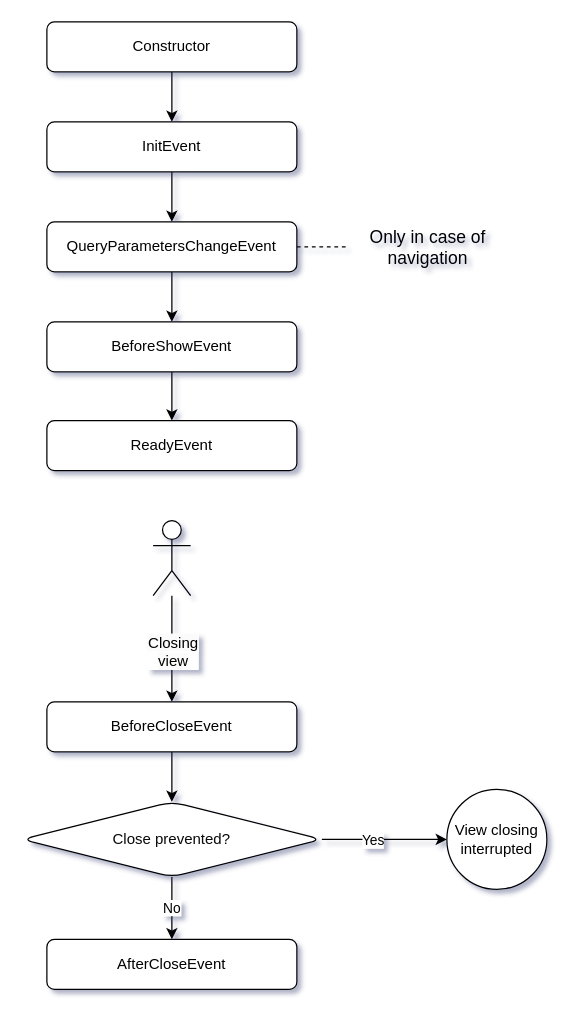
Before: page "open" (1 of 2) of content/modules/flow-ui/diagrams_src/standard-view-lifecycle.drawio in jmix-framework/jmix-docs, a draw.io diagram. Source tidied: cells renumbered, new cells numbered last; positions are measured from the earlier drawing's top-left corner, leaving out a move shared by most shapes. Both pictures are drawn from the tidied source at 125%, with x=0, y=0 at pixel (21, 21).
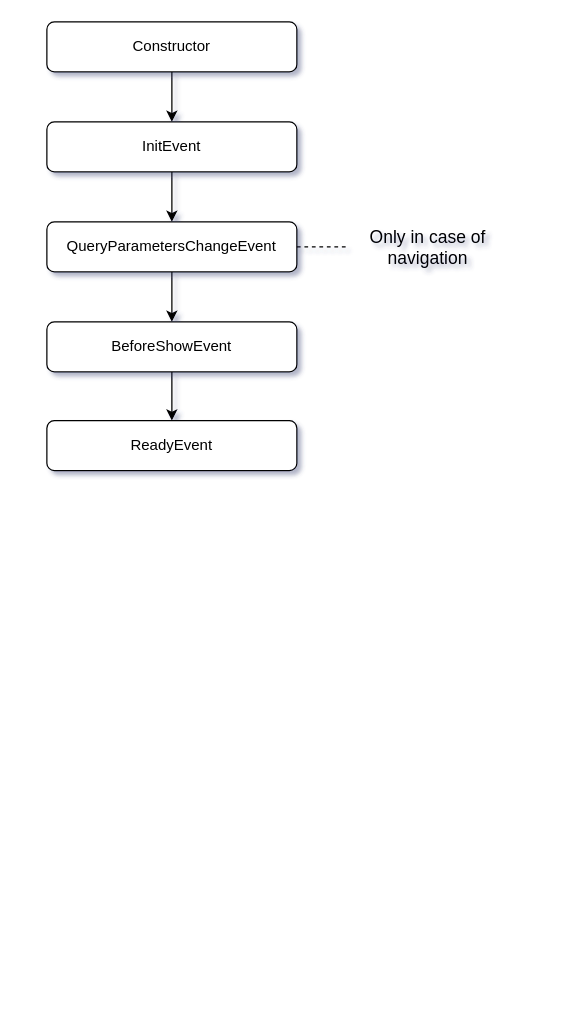
The same page after the edit.

Diff of the diagram source:
```diff
@@
-    <mxCell id="11" style="edgeStyle=orthogonalEdgeStyle;rounded=0;jettySize=auto;html=1;entryX=0.5;entryY=0;entryDx=0;entryDy=0;" parent="1" edge="1" source="13" target="15">
-      <mxGeometry relative="1" as="geometry" />
-    </mxCell>
-    <mxCell id="12" value="&lt;span style=&quot;font-size: 12px; text-wrap: wrap; background-color: rgb(251, 251, 251);&quot;&gt;Closing view&lt;/span&gt;" style="edgeLabel;html=1;align=center;verticalAlign=middle;" parent="11" vertex="1">
-      <mxGeometry x="-0.16" y="2" relative="1" as="geometry">
-        <mxPoint x="-2" y="8" as="offset" />
-      </mxGeometry>
-    </mxCell>
-    <mxCell id="13" style="shape=umlActor;verticalLabelPosition=bottom;verticalAlign=top;html=1;outlineConnect=0;" parent="1" vertex="1">
-      <mxGeometry x="105" y="399" width="30" height="60" as="geometry" />
-    </mxCell>
-    <mxCell id="14" style="edgeStyle=orthogonalEdgeStyle;rounded=0;jettySize=auto;html=1;entryX=0.5;entryY=0;entryDx=0;entryDy=0;" parent="1" edge="1" source="15" target="20">
-      <mxGeometry relative="1" as="geometry" />
-    </mxCell>
-    <mxCell id="15" value="BeforeCloseEvent" style="whiteSpace=wrap;html=1;rounded=1;" parent="1" vertex="1">
-      <mxGeometry x="20" y="544" width="200" height="40" as="geometry" />
-    </mxCell>
-    <mxCell id="16" value="AfterCloseEvent" style="whiteSpace=wrap;html=1;rounded=1;" parent="1" vertex="1">
-      <mxGeometry x="20" y="734" width="200" height="40" as="geometry" />
-    </mxCell>
-    <mxCell id="17" value="No" style="edgeStyle=orthogonalEdgeStyle;rounded=0;jettySize=auto;html=1;entryX=0.5;entryY=0;entryDx=0;entryDy=0;" parent="1" edge="1" source="20" target="16">
-      <mxGeometry relative="1" as="geometry" />
-    </mxCell>
-    <mxCell id="18" style="edgeStyle=orthogonalEdgeStyle;rounded=0;jettySize=auto;html=1;entryX=0;entryY=0.5;entryDx=0;entryDy=0;" parent="1" edge="1" source="20" target="21">
-      <mxGeometry relative="1" as="geometry" />
-    </mxCell>
-    <mxCell id="19" value="Yes" style="edgeLabel;html=1;align=center;verticalAlign=middle;" parent="18" vertex="1">
-      <mxGeometry x="-0.02" y="-1" relative="1" as="geometry">
-        <mxPoint x="-9" y="-1" as="offset" />
-      </mxGeometry>
-    </mxCell>
-    <mxCell id="20" value="&lt;div style=&quot;background-color:#ffffff;color:#080808&quot;&gt;&lt;pre style=&quot;&quot;&gt;&lt;font style=&quot;font-size: 12px;&quot; face=&quot;Helvetica&quot;&gt;Close prevented?&lt;/font&gt;&lt;/pre&gt;&lt;/div&gt;" style="rhombus;whiteSpace=wrap;html=1;rounded=1;" parent="1" vertex="1">
-      <mxGeometry y="624" width="240" height="60" as="geometry" />
-    </mxCell>
-    <mxCell id="21" value="View closing interrupted" style="ellipse;whiteSpace=wrap;html=1;rounded=1;" parent="1" vertex="1">
-      <mxGeometry x="340" y="614" width="80" height="80" as="geometry" />
-    </mxCell>
```
